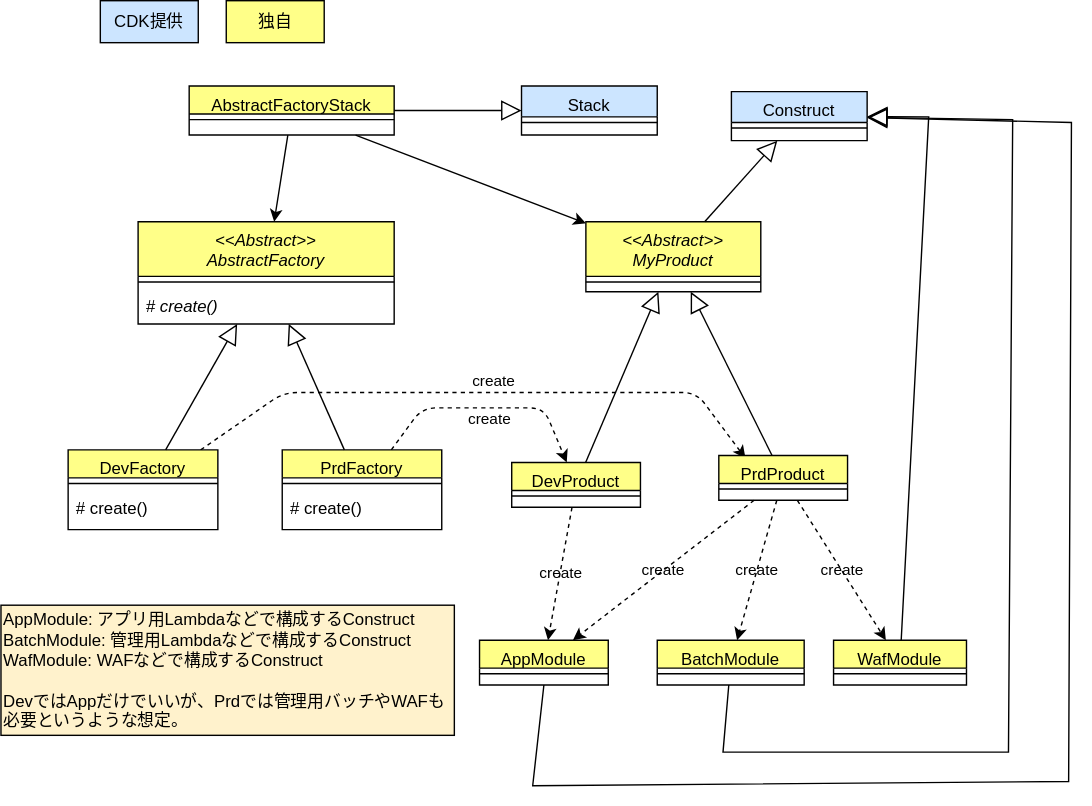
go-to-k/cdk-gof-design-pattern keeps this draw.io diagram as drawio/abstract-factory/abstract-factory-cdk.drawio.svg. Above is the earlier version. Source tidied: cells renumbered, new cells last; positions are measured from the earlier drawing's top-left corner, leaving out a move shared by most shapes. Its diagram source:
```xml
<mxGraphModel background="#ffffff">
  <root>
    <mxCell id="0" />
    <mxCell id="1" parent="0" />
    <mxCell id="2" value="&lt;&lt;Abstract&gt;&gt;&#10;AbstractFactory" style="swimlane;fontStyle=2;align=center;verticalAlign=top;horizontal=1;startSize=39;rounded=0;shadow=0;strokeWidth=1;fillColor=#ffff88;strokeColor=#000000;fontColor=#000000;" parent="1" vertex="1">
      <mxGeometry x="98" y="158" width="183" height="73" as="geometry" />
    </mxCell>
    <mxCell id="3" style="line;html=1;strokeWidth=1;align=left;verticalAlign=middle;spacingTop=-1;spacingLeft=3;spacingRight=3;labelPosition=right;strokeColor=#000000;fontColor=#000000;" parent="2" vertex="1">
      <mxGeometry y="39" width="183" height="8" as="geometry" />
    </mxCell>
    <mxCell id="4" value="&lt;i&gt;# create()&lt;/i&gt;" style="text;strokeColor=none;fillColor=none;align=left;verticalAlign=top;spacingLeft=4;spacingRight=4;overflow=hidden;whiteSpace=wrap;html=1;fontColor=#000000;" parent="2" vertex="1">
      <mxGeometry y="47" width="183" height="26" as="geometry" />
    </mxCell>
    <mxCell id="5" value="独自" style="rounded=0;whiteSpace=wrap;html=1;fillColor=#ffff88;strokeColor=#000000;fontColor=#000000;" parent="1" vertex="1">
      <mxGeometry x="161" width="70" height="30" as="geometry" />
    </mxCell>
    <mxCell id="6" value="CDK提供" style="rounded=0;whiteSpace=wrap;html=1;fillColor=#cce5ff;strokeColor=#000000;fontColor=#000000;" parent="1" vertex="1">
      <mxGeometry x="71" width="70" height="30" as="geometry" />
    </mxCell>
    <mxCell id="7" value="create" style="edgeStyle=none;html=1;strokeColor=#000000;labelBackgroundColor=none;fontColor=#000000;dashed=1;" parent="1" edge="1" source="8" target="22">
      <mxGeometry x="0.02" y="-8" relative="1" as="geometry">
        <Array as="points">
          <mxPoint x="301" y="291" />
          <mxPoint x="388" y="291" />
        </Array>
      </mxGeometry>
    </mxCell>
    <mxCell id="8" value="PrdFactory" style="swimlane;fontStyle=0;align=center;verticalAlign=top;horizontal=1;startSize=20;rounded=0;shadow=0;strokeWidth=1;fillColor=#ffff88;strokeColor=#000000;fontColor=#000000;" parent="1" vertex="1">
      <mxGeometry x="201" y="321" width="114" height="57" as="geometry" />
    </mxCell>
    <mxCell id="9" style="line;html=1;strokeWidth=1;align=left;verticalAlign=middle;spacingTop=-1;spacingLeft=3;spacingRight=3;labelPosition=right;strokeColor=#000000;fontColor=#000000;" parent="8" vertex="1">
      <mxGeometry y="20" width="114" height="8" as="geometry" />
    </mxCell>
    <mxCell id="10" value="# create()" style="text;strokeColor=none;fillColor=none;align=left;verticalAlign=top;spacingLeft=4;spacingRight=4;overflow=hidden;whiteSpace=wrap;html=1;fontColor=#000000;" parent="8" vertex="1">
      <mxGeometry y="28" width="114" height="26" as="geometry" />
    </mxCell>
    <mxCell id="11" style="endArrow=block;endFill=0;endSize=12;html=1;rounded=0;strokeColor=#000000;fontColor=#000000;" parent="1" edge="1" source="8" target="2">
      <mxGeometry relative="1" as="geometry" />
    </mxCell>
    <mxCell id="12" value="create" style="edgeStyle=none;html=1;strokeColor=#000000;entryX=0.207;entryY=0.063;entryDx=0;entryDy=0;entryPerimeter=0;dashed=1;labelBackgroundColor=none;fontColor=#000000;" parent="1" edge="1" source="13" target="27">
      <mxGeometry x="0.04" y="8" relative="1" as="geometry">
        <Array as="points">
          <mxPoint x="202" y="280" />
          <mxPoint x="497" y="280" />
        </Array>
      </mxGeometry>
    </mxCell>
    <mxCell id="13" value="DevFactory" style="swimlane;fontStyle=0;align=center;verticalAlign=top;horizontal=1;startSize=20;rounded=0;shadow=0;strokeWidth=1;fillColor=#ffff88;strokeColor=#000000;fontColor=#000000;" parent="1" vertex="1">
      <mxGeometry x="48" y="321" width="107" height="57" as="geometry" />
    </mxCell>
    <mxCell id="14" style="line;html=1;strokeWidth=1;align=left;verticalAlign=middle;spacingTop=-1;spacingLeft=3;spacingRight=3;labelPosition=right;strokeColor=#000000;fontColor=#000000;" parent="13" vertex="1">
      <mxGeometry y="20" width="107" height="8" as="geometry" />
    </mxCell>
    <mxCell id="15" value="# create()" style="text;strokeColor=none;fillColor=none;align=left;verticalAlign=top;spacingLeft=4;spacingRight=4;overflow=hidden;whiteSpace=wrap;html=1;fontColor=#000000;" parent="13" vertex="1">
      <mxGeometry y="28" width="107" height="26" as="geometry" />
    </mxCell>
    <mxCell id="16" style="endArrow=block;endFill=0;endSize=12;html=1;rounded=0;strokeColor=#000000;fontColor=#000000;" parent="1" edge="1" source="13" target="2">
      <mxGeometry relative="1" as="geometry" />
    </mxCell>
    <mxCell id="17" value="&lt;&lt;Abstract&gt;&gt;&#10;MyProduct" style="swimlane;fontStyle=2;align=center;verticalAlign=top;horizontal=1;startSize=39;rounded=0;shadow=0;strokeWidth=1;fillColor=#ffff88;strokeColor=#000000;fontColor=#000000;" parent="1" vertex="1">
      <mxGeometry x="418" y="158" width="125" height="50" as="geometry" />
    </mxCell>
    <mxCell id="18" style="line;html=1;strokeWidth=1;align=left;verticalAlign=middle;spacingTop=-1;spacingLeft=3;spacingRight=3;labelPosition=right;strokeColor=#000000;fontColor=#000000;" parent="17" vertex="1">
      <mxGeometry y="39" width="125" height="8" as="geometry" />
    </mxCell>
    <mxCell id="19" value="Construct" style="swimlane;fontStyle=0;align=center;verticalAlign=top;horizontal=1;startSize=22;rounded=0;shadow=0;strokeWidth=1;fillColor=#cce5ff;strokeColor=#000000;fontColor=#000000;" parent="1" vertex="1">
      <mxGeometry x="522" y="65" width="97" height="35" as="geometry" />
    </mxCell>
    <mxCell id="20" style="line;html=1;strokeWidth=1;align=left;verticalAlign=middle;spacingTop=-1;spacingLeft=3;spacingRight=3;labelPosition=right;strokeColor=#000000;fontColor=#000000;" parent="19" vertex="1">
      <mxGeometry y="22" width="97" height="8" as="geometry" />
    </mxCell>
    <mxCell id="21" value="create" style="edgeStyle=none;html=1;strokeColor=#000000;dashed=1;fontColor=#000000;labelBackgroundColor=none;" parent="1" edge="1" source="22" target="32">
      <mxGeometry relative="1" as="geometry" />
    </mxCell>
    <mxCell id="22" value="DevProduct" style="swimlane;fontStyle=0;align=center;verticalAlign=top;horizontal=1;startSize=20;rounded=0;shadow=0;strokeWidth=1;fillColor=#ffff88;strokeColor=#000000;fontColor=#000000;" parent="1" vertex="1">
      <mxGeometry x="365" y="330" width="92" height="32" as="geometry" />
    </mxCell>
    <mxCell id="23" style="line;html=1;strokeWidth=1;align=left;verticalAlign=middle;spacingTop=-1;spacingLeft=3;spacingRight=3;labelPosition=right;strokeColor=#000000;fontColor=#000000;" parent="22" vertex="1">
      <mxGeometry y="20" width="92" height="8" as="geometry" />
    </mxCell>
    <mxCell id="24" value="create" style="edgeStyle=none;html=1;strokeColor=#000000;dashed=1;labelBackgroundColor=none;fontColor=#000000;" parent="1" edge="1" source="27" target="32">
      <mxGeometry relative="1" as="geometry" />
    </mxCell>
    <mxCell id="25" value="create" style="edgeStyle=none;html=1;strokeColor=#000000;labelBackgroundColor=none;fontColor=#000000;dashed=1;" parent="1" edge="1" source="27" target="35">
      <mxGeometry relative="1" as="geometry" />
    </mxCell>
    <mxCell id="26" value="create" style="edgeStyle=none;html=1;strokeColor=#000000;dashed=1;labelBackgroundColor=none;fontColor=#000000;" parent="1" edge="1" source="27" target="37">
      <mxGeometry relative="1" as="geometry" />
    </mxCell>
    <mxCell id="27" value="PrdProduct" style="swimlane;fontStyle=0;align=center;verticalAlign=top;horizontal=1;startSize=20;rounded=0;shadow=0;strokeWidth=1;fillColor=#ffff88;strokeColor=#000000;fontColor=#000000;" parent="1" vertex="1">
      <mxGeometry x="513" y="325" width="92" height="32" as="geometry" />
    </mxCell>
    <mxCell id="28" style="line;html=1;strokeWidth=1;align=left;verticalAlign=middle;spacingTop=-1;spacingLeft=3;spacingRight=3;labelPosition=right;strokeColor=#000000;fontColor=#000000;" parent="27" vertex="1">
      <mxGeometry y="20" width="92" height="8" as="geometry" />
    </mxCell>
    <mxCell id="29" style="endArrow=block;endFill=0;endSize=12;html=1;rounded=0;strokeColor=#000000;fontColor=#000000;" parent="1" edge="1" source="22" target="17">
      <mxGeometry relative="1" as="geometry" />
    </mxCell>
    <mxCell id="30" style="endArrow=block;endFill=0;endSize=12;html=1;rounded=0;strokeColor=#000000;fontColor=#000000;" parent="1" edge="1" source="27" target="17">
      <mxGeometry relative="1" as="geometry" />
    </mxCell>
    <mxCell id="31" style="endArrow=block;endFill=0;endSize=12;html=1;rounded=0;strokeColor=#000000;fontColor=#000000;" parent="1" edge="1" source="17" target="19">
      <mxGeometry relative="1" as="geometry" />
    </mxCell>
    <mxCell id="32" value="AppModule" style="swimlane;fontStyle=0;align=center;verticalAlign=top;horizontal=1;startSize=20;rounded=0;shadow=0;strokeWidth=1;fillColor=#ffff88;strokeColor=#000000;fontColor=#000000;" parent="1" vertex="1">
      <mxGeometry x="342" y="457" width="92" height="32" as="geometry" />
    </mxCell>
    <mxCell id="33" style="line;html=1;strokeWidth=1;align=left;verticalAlign=middle;spacingTop=-1;spacingLeft=3;spacingRight=3;labelPosition=right;strokeColor=#000000;fontColor=#000000;" parent="32" vertex="1">
      <mxGeometry y="20" width="92" height="8" as="geometry" />
    </mxCell>
    <mxCell id="34" style="endArrow=block;endFill=0;endSize=12;html=1;rounded=0;strokeColor=#000000;fontColor=#000000;exitX=0.5;exitY=1;exitDx=0;exitDy=0;" parent="1" edge="1" source="32" target="19">
      <mxGeometry relative="1" as="geometry">
        <Array as="points">
          <mxPoint x="380" y="561" />
          <mxPoint x="763" y="558" />
          <mxPoint x="765" y="87" />
        </Array>
      </mxGeometry>
    </mxCell>
    <mxCell id="35" value="BatchModule" style="swimlane;fontStyle=0;align=center;verticalAlign=top;horizontal=1;startSize=20;rounded=0;shadow=0;strokeWidth=1;fillColor=#ffff88;strokeColor=#000000;fontColor=#000000;" parent="1" vertex="1">
      <mxGeometry x="469" y="457" width="105" height="32" as="geometry" />
    </mxCell>
    <mxCell id="36" style="line;html=1;strokeWidth=1;align=left;verticalAlign=middle;spacingTop=-1;spacingLeft=3;spacingRight=3;labelPosition=right;strokeColor=#000000;fontColor=#000000;" parent="35" vertex="1">
      <mxGeometry y="20" width="105" height="8" as="geometry" />
    </mxCell>
    <mxCell id="37" value="WafModule" style="swimlane;fontStyle=0;align=center;verticalAlign=top;horizontal=1;startSize=20;rounded=0;shadow=0;strokeWidth=1;fillColor=#ffff88;strokeColor=#000000;fontColor=#000000;" parent="1" vertex="1">
      <mxGeometry x="595" y="457" width="95" height="32" as="geometry" />
    </mxCell>
    <mxCell id="38" style="line;html=1;strokeWidth=1;align=left;verticalAlign=middle;spacingTop=-1;spacingLeft=3;spacingRight=3;labelPosition=right;strokeColor=#000000;fontColor=#000000;" parent="37" vertex="1">
      <mxGeometry y="20" width="95" height="8" as="geometry" />
    </mxCell>
    <mxCell id="39" style="endArrow=block;endFill=0;endSize=12;html=1;rounded=0;strokeColor=#000000;fontColor=#000000;" parent="1" edge="1" source="37" target="19">
      <mxGeometry relative="1" as="geometry">
        <Array as="points">
          <mxPoint x="663" y="83" />
        </Array>
      </mxGeometry>
    </mxCell>
    <mxCell id="40" style="endArrow=block;endFill=0;endSize=12;html=1;rounded=0;strokeColor=#000000;fontColor=#000000;" parent="1" edge="1" source="35" target="19">
      <mxGeometry relative="1" as="geometry">
        <Array as="points">
          <mxPoint x="516" y="537" />
          <mxPoint x="720" y="537" />
          <mxPoint x="723" y="85" />
        </Array>
      </mxGeometry>
    </mxCell>
    <mxCell id="41" style="edgeStyle=none;html=1;labelBackgroundColor=none;strokeColor=#000000;fontColor=#000000;" parent="1" edge="1" source="43" target="2">
      <mxGeometry relative="1" as="geometry" />
    </mxCell>
    <mxCell id="42" style="edgeStyle=none;html=1;labelBackgroundColor=none;strokeColor=#000000;fontColor=#000000;" parent="1" edge="1" source="43" target="17">
      <mxGeometry relative="1" as="geometry" />
    </mxCell>
    <mxCell id="43" value="AbstractFactoryStack" style="swimlane;fontStyle=0;align=center;verticalAlign=top;horizontal=1;startSize=20;rounded=0;shadow=0;strokeWidth=1;fillColor=#ffff88;strokeColor=#000000;fontColor=#000000;" parent="1" vertex="1">
      <mxGeometry x="134.5" y="61" width="146.5" height="35" as="geometry" />
    </mxCell>
    <mxCell id="44" style="line;html=1;strokeWidth=1;align=left;verticalAlign=middle;spacingTop=-1;spacingLeft=3;spacingRight=3;labelPosition=right;strokeColor=#000000;fontColor=#000000;" parent="43" vertex="1">
      <mxGeometry y="20" width="146.5" height="8" as="geometry" />
    </mxCell>
    <mxCell id="45" value="Stack" style="swimlane;fontStyle=0;align=center;verticalAlign=top;horizontal=1;startSize=22;rounded=0;shadow=0;strokeWidth=1;fillColor=#cce5ff;strokeColor=#000000;fontColor=#000000;" parent="1" vertex="1">
      <mxGeometry x="372" y="61" width="97" height="35" as="geometry" />
    </mxCell>
    <mxCell id="46" style="line;html=1;strokeWidth=1;align=left;verticalAlign=middle;spacingTop=-1;spacingLeft=3;spacingRight=3;labelPosition=right;strokeColor=#000000;fontColor=#000000;" parent="45" vertex="1">
      <mxGeometry y="22" width="97" height="8" as="geometry" />
    </mxCell>
    <mxCell id="47" style="endArrow=block;endFill=0;endSize=12;html=1;rounded=0;strokeColor=#000000;fontColor=#000000;" parent="1" edge="1" source="43" target="45">
      <mxGeometry relative="1" as="geometry" />
    </mxCell>
    <mxCell id="48" value="AppModule: アプリ用Lambdaなどで構成するConstruct&lt;br&gt;BatchModule: 管理用Lambdaなどで構成するConstruct&lt;br&gt;WafModule: WAFなどで構成するConstruct&lt;br&gt;&lt;br&gt;DevではAppだけでいいが、Prdでは管理用バッチやWAFも必要というような想定。&lt;br&gt;&lt;div style=&quot;&quot;&gt;&lt;/div&gt;" style="text;html=1;strokeColor=#000000;fillColor=#fff2cc;align=left;verticalAlign=middle;whiteSpace=wrap;rounded=0;fontColor=#000000;" parent="1" vertex="1">
      <mxGeometry y="432" width="324" height="93" as="geometry" />
    </mxCell>
  </root>
</mxGraphModel>
```
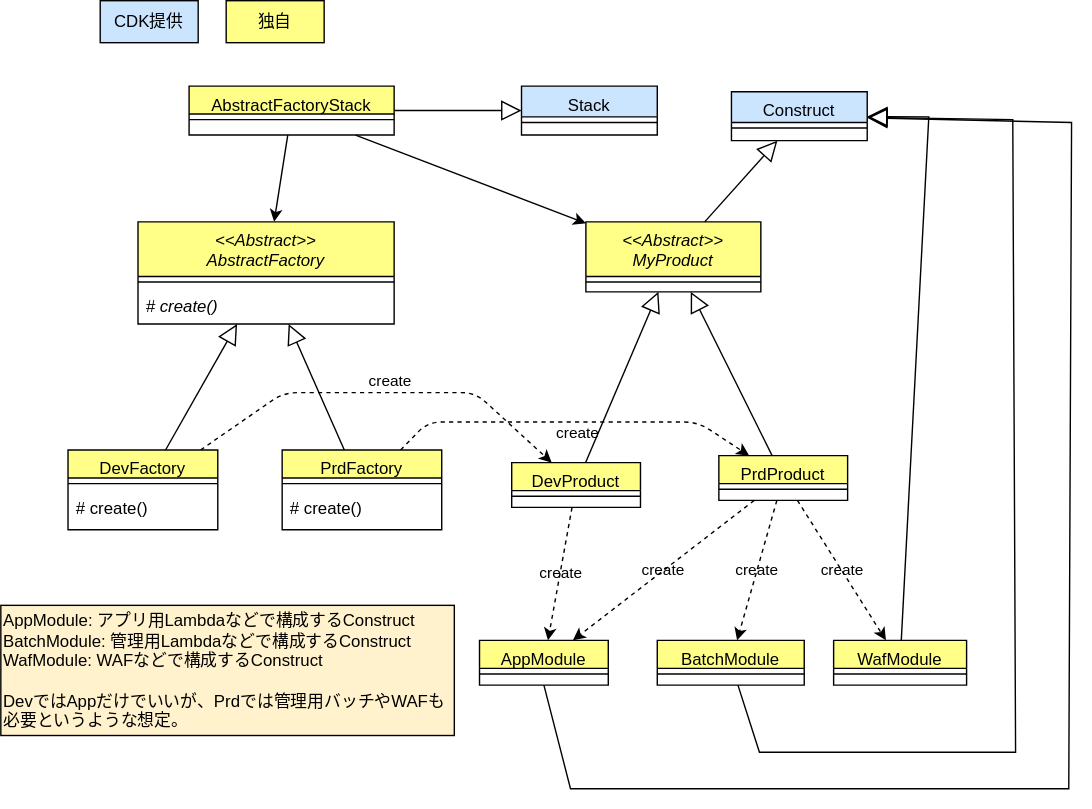
Above is the later version.

Commit message:
update abstract factory diagram

Diff of the diagram source:
```diff
@@ -17,11 +17,11 @@
     <mxCell id="6" value="CDK提供" style="rounded=0;whiteSpace=wrap;html=1;fillColor=#cce5ff;strokeColor=#000000;fontColor=#000000;" parent="1" vertex="1">
       <mxGeometry x="71" width="70" height="30" as="geometry" />
     </mxCell>
-    <mxCell id="7" value="create" style="edgeStyle=none;html=1;strokeColor=#000000;labelBackgroundColor=none;fontColor=#000000;dashed=1;" parent="1" edge="1" source="8" target="22">
+    <mxCell id="7" value="create" style="edgeStyle=none;html=1;strokeColor=#000000;labelBackgroundColor=none;fontColor=#000000;dashed=1;" parent="1" edge="1" source="8" target="27">
       <mxGeometry x="0.02" y="-8" relative="1" as="geometry">
         <Array as="points">
-          <mxPoint x="301" y="291" />
-          <mxPoint x="388" y="291" />
+          <mxPoint x="305" y="301" />
+          <mxPoint x="498" y="301" />
         </Array>
       </mxGeometry>
     </mxCell>
@@ -37,11 +37,11 @@
     <mxCell id="11" style="endArrow=block;endFill=0;endSize=12;html=1;rounded=0;strokeColor=#000000;fontColor=#000000;" parent="1" edge="1" source="8" target="2">
       <mxGeometry relative="1" as="geometry" />
     </mxCell>
-    <mxCell id="12" value="create" style="edgeStyle=none;html=1;strokeColor=#000000;entryX=0.207;entryY=0.063;entryDx=0;entryDy=0;entryPerimeter=0;dashed=1;labelBackgroundColor=none;fontColor=#000000;" parent="1" edge="1" source="13" target="27">
+    <mxCell id="12" value="create" style="edgeStyle=none;html=1;strokeColor=#000000;dashed=1;labelBackgroundColor=none;fontColor=#000000;" parent="1" edge="1" source="13" target="22">
       <mxGeometry x="0.04" y="8" relative="1" as="geometry">
         <Array as="points">
           <mxPoint x="202" y="280" />
-          <mxPoint x="497" y="280" />
+          <mxPoint x="339" y="280" />
         </Array>
       </mxGeometry>
     </mxCell>
@@ -111,8 +111,8 @@
     <mxCell id="34" style="endArrow=block;endFill=0;endSize=12;html=1;rounded=0;strokeColor=#000000;fontColor=#000000;exitX=0.5;exitY=1;exitDx=0;exitDy=0;" parent="1" edge="1" source="32" target="19">
       <mxGeometry relative="1" as="geometry">
         <Array as="points">
-          <mxPoint x="380" y="561" />
-          <mxPoint x="763" y="558" />
+          <mxPoint x="407" y="563" />
+          <mxPoint x="763" y="563" />
           <mxPoint x="765" y="87" />
         </Array>
       </mxGeometry>
@@ -139,8 +139,8 @@
     <mxCell id="40" style="endArrow=block;endFill=0;endSize=12;html=1;rounded=0;strokeColor=#000000;fontColor=#000000;" parent="1" edge="1" source="35" target="19">
       <mxGeometry relative="1" as="geometry">
         <Array as="points">
-          <mxPoint x="516" y="537" />
-          <mxPoint x="720" y="537" />
+          <mxPoint x="542" y="537" />
+          <mxPoint x="725" y="537" />
           <mxPoint x="723" y="85" />
         </Array>
       </mxGeometry>
```
